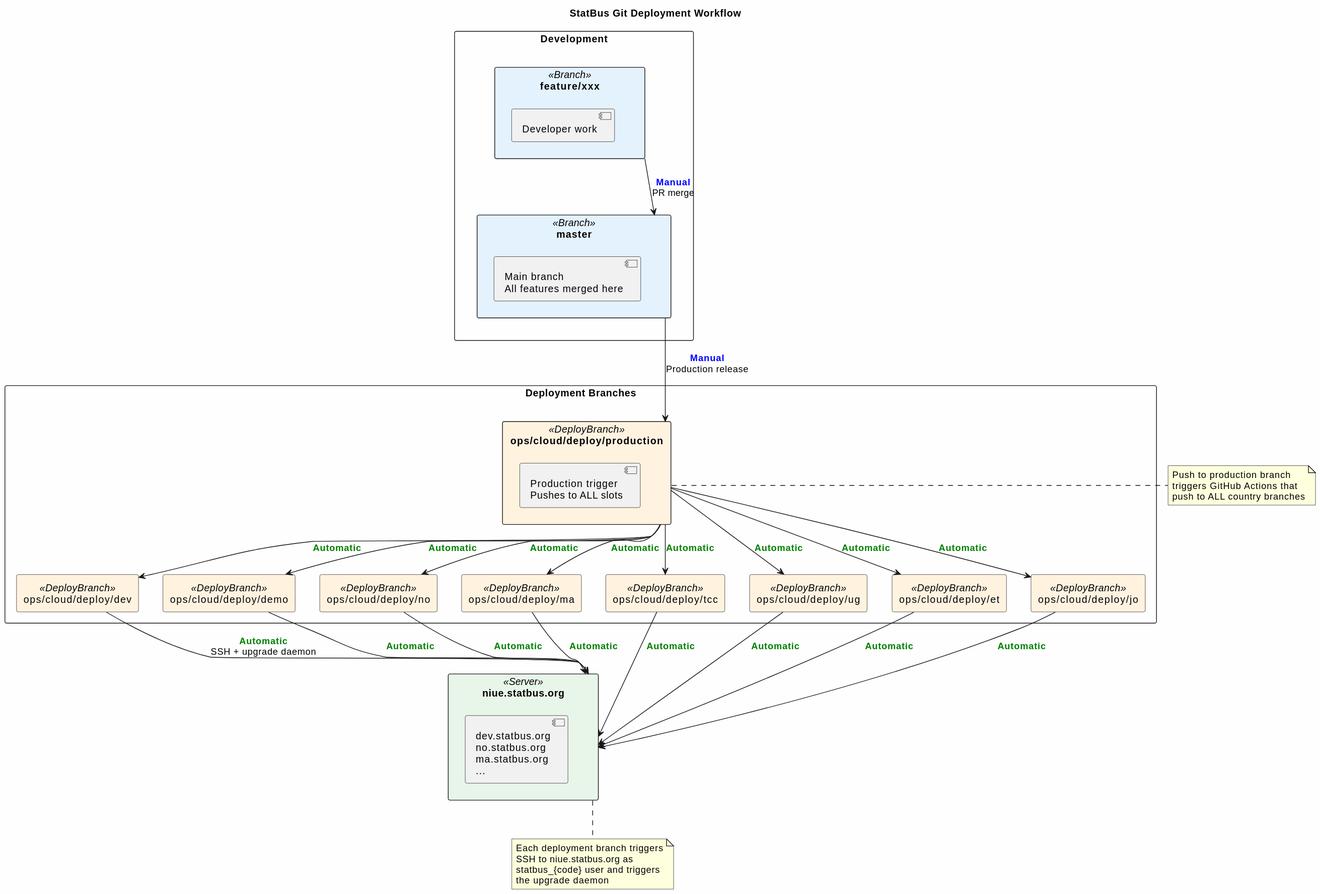
Above: doc/diagrams/git-workflow.svg in statisticsnorway/statbus (PlantUML), before the change.
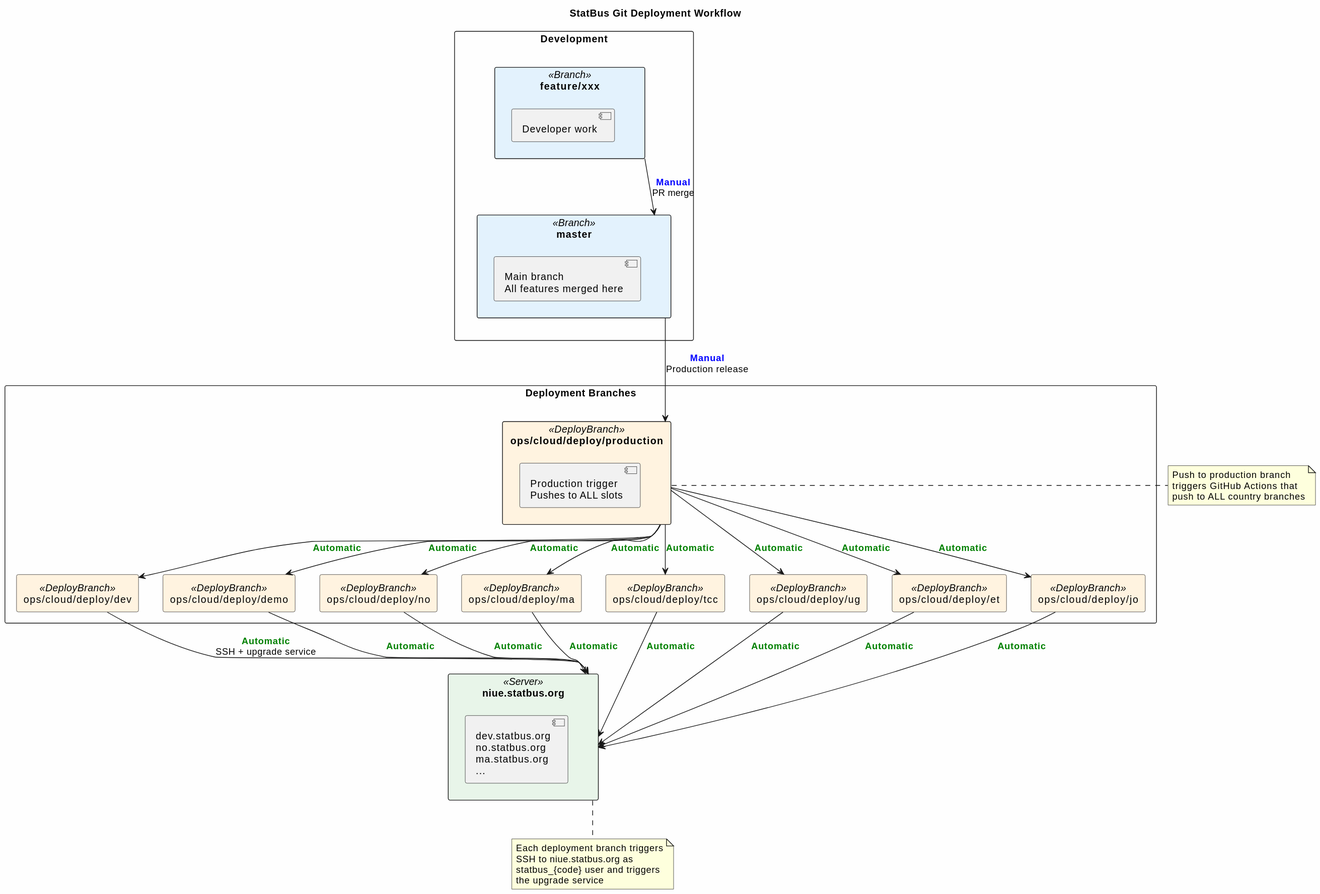
The same file after the commit.

What changed in the source:
```diff
@@ -51,7 +51,7 @@
 prod --> et : AUTOMATIC_TRIGGER
 prod --> jo : AUTOMATIC_TRIGGER
 
-dev --> niue : AUTOMATIC_TRIGGER\nSSH + upgrade daemon
+dev --> niue : AUTOMATIC_TRIGGER\nSSH + upgrade service
 demo --> niue : AUTOMATIC_TRIGGER
 no --> niue : AUTOMATIC_TRIGGER
 ma --> niue : AUTOMATIC_TRIGGER
@@ -70,6 +70,6 @@
   Each deployment branch triggers
   SSH to niue.statbus.org as
   statbus_{code} user and triggers
-  the upgrade daemon
+  the upgrade service
 end note
 @enduml
```
